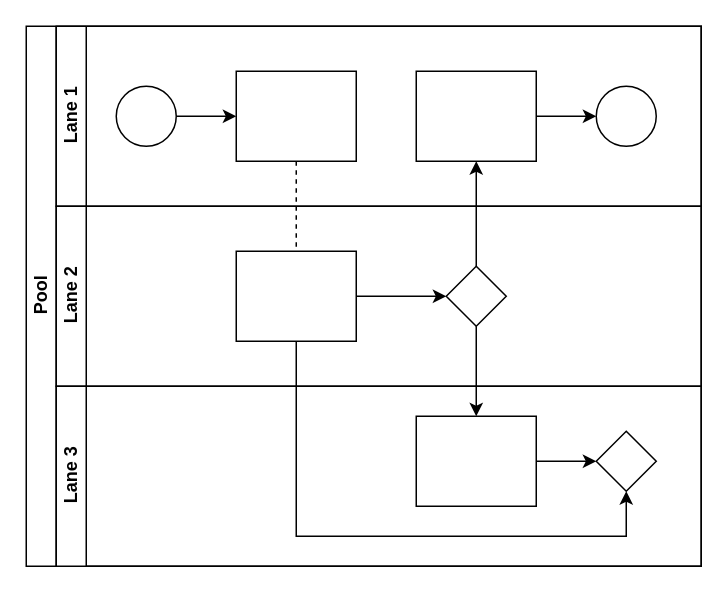
This is 未命名绘图.drawio from zhihuai1982/playground, a draw.io file, before an edit. Source tidied: cells renumbered, new cells numbered last; positions are measured from the earlier drawing's top-left corner, leaving out a move shared by most shapes. Both pictures are drawn from the tidied source at 150%, with x=0, y=0 at pixel (26, 26).
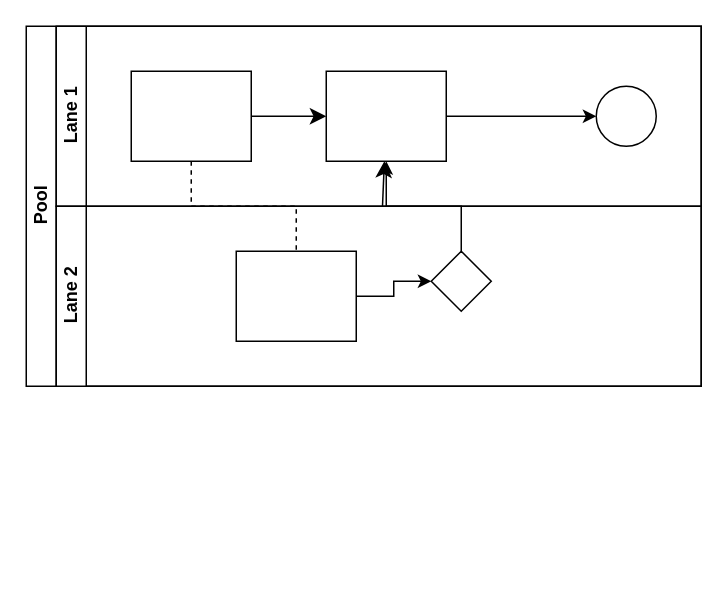
The same page after the edit.

The change refers to these unchanged cells:
```xml
<mxCell id="7" value="Lane 1" style="swimlane;html=1;startSize=20;horizontal=0;" parent="2" vertex="1">
  <mxGeometry x="20" width="430" height="120" as="geometry" />
</mxCell>
<mxCell id="14" value="Lane 2" style="swimlane;html=1;startSize=20;horizontal=0;" parent="2" vertex="1">
  <mxGeometry x="20" y="120" width="430" height="120" as="geometry" />
</mxCell>
<mxCell id="16" style="rounded=0;whiteSpace=wrap;html=1;fontFamily=Helvetica;fontSize=12;fontColor=#000000;align=center;" parent="14" vertex="1">
  <mxGeometry x="120" y="30" width="80" height="60" as="geometry" />
</mxCell>
```

Diff of the diagram source:
```diff
@@
     <mxCell id="2" value="Pool" style="swimlane;html=1;horizontal=0;startSize=20;" parent="1" vertex="1">
-      <mxGeometry width="450" height="360" as="geometry" />
+      <mxGeometry width="450" height="240" as="geometry" />
     </mxCell>
     <mxCell id="3" style="edgeStyle=orthogonalEdgeStyle;rounded=0;jettySize=auto;html=1;dashed=1;endArrow=none;endFill=0;" parent="2" edge="1" source="10" target="16">
-      <mxGeometry relative="1" as="geometry" />
+      <mxGeometry relative="1" as="geometry">
+        <Array as="points">
+          <mxPoint x="110" y="120" />
+          <mxPoint x="180" y="120" />
+        </Array>
+      </mxGeometry>
     </mxCell>
     <mxCell id="4" style="edgeStyle=orthogonalEdgeStyle;rounded=0;jettySize=auto;html=1;endArrow=classic;endFill=1;" parent="2" edge="1" source="17" target="12">
-      <mxGeometry relative="1" as="geometry" />
+      <mxGeometry relative="1" as="geometry">
+        <Array as="points">
+          <mxPoint x="290" y="120" />
+          <mxPoint x="240" y="120" />
+        </Array>
+      </mxGeometry>
     </mxCell>
-    <mxCell id="5" style="edgeStyle=orthogonalEdgeStyle;rounded=0;jettySize=auto;html=1;endArrow=classic;endFill=1;" parent="2" edge="1" source="17" target="20">
-      <mxGeometry relative="1" as="geometry" />
-    </mxCell>
-    <mxCell id="6" style="edgeStyle=orthogonalEdgeStyle;rounded=0;jettySize=auto;html=1;endArrow=classic;endFill=1;" parent="2" edge="1" source="16" target="21">
-      <mxGeometry relative="1" as="geometry">
-        <Array as="points">
-          <mxPoint x="180" y="340" />
-          <mxPoint x="400" y="340" />
-        </Array>
-      </mxGeometry>
-    </mxCell>
@@
-    <mxCell id="8" style="edgeStyle=orthogonalEdgeStyle;rounded=0;jettySize=auto;html=1;" parent="7" edge="1" source="9" target="10">
-      <mxGeometry relative="1" as="geometry" />
-    </mxCell>
-    <mxCell id="9" style="ellipse;whiteSpace=wrap;html=1;" parent="7" vertex="1">
-      <mxGeometry x="40" y="40" width="40" height="40" as="geometry" />
-    </mxCell>
+    <mxCell id="22" style="edgeStyle=none;curved=1;rounded=0;jettySize=auto;html=1;fontSize=12;startSize=8;endSize=8;" parent="7" edge="1" source="10" target="12">
+      <mxGeometry relative="1" as="geometry" />
+    </mxCell>
     <mxCell id="10" style="rounded=0;whiteSpace=wrap;html=1;fontFamily=Helvetica;fontSize=12;fontColor=#000000;align=center;" parent="7" vertex="1">
-      <mxGeometry x="120" y="30" width="80" height="60" as="geometry" />
+      <mxGeometry x="50" y="30" width="80" height="60" as="geometry" />
     </mxCell>
@@
     <mxCell id="12" style="rounded=0;whiteSpace=wrap;html=1;fontFamily=Helvetica;fontSize=12;fontColor=#000000;align=center;" parent="7" vertex="1">
-      <mxGeometry x="240" y="30" width="80" height="60" as="geometry" />
+      <mxGeometry x="180" y="30" width="80" height="60" as="geometry" />
     </mxCell>
@@
+    <mxCell id="23" style="edgeStyle=none;curved=1;rounded=0;jettySize=auto;html=1;fontSize=12;startSize=8;endSize=8;" parent="2" edge="1" source="14" target="12">
+      <mxGeometry relative="1" as="geometry" />
+    </mxCell>
@@
     <mxCell id="17" style="rhombus;whiteSpace=wrap;html=1;fontFamily=Helvetica;fontSize=12;fontColor=#000000;align=center;" parent="14" vertex="1">
-      <mxGeometry x="260" y="40" width="40" height="40" as="geometry" />
+      <mxGeometry x="250" y="30" width="40" height="40" as="geometry" />
     </mxCell>
-    <mxCell id="18" value="Lane 3" style="swimlane;html=1;startSize=20;horizontal=0;" parent="2" vertex="1">
-      <mxGeometry x="20" y="240" width="430" height="120" as="geometry" />
-    </mxCell>
-    <mxCell id="19" style="edgeStyle=orthogonalEdgeStyle;rounded=0;jettySize=auto;html=1;endArrow=classic;endFill=1;" parent="18" edge="1" source="20" target="21">
-      <mxGeometry relative="1" as="geometry" />
-    </mxCell>
-    <mxCell id="20" style="rounded=0;whiteSpace=wrap;html=1;fontFamily=Helvetica;fontSize=12;fontColor=#000000;align=center;" parent="18" vertex="1">
-      <mxGeometry x="240" y="20" width="80" height="60" as="geometry" />
-    </mxCell>
-    <mxCell id="21" style="rhombus;whiteSpace=wrap;html=1;fontFamily=Helvetica;fontSize=12;fontColor=#000000;align=center;" parent="18" vertex="1">
-      <mxGeometry x="360" y="30" width="40" height="40" as="geometry" />
-    </mxCell>
```
